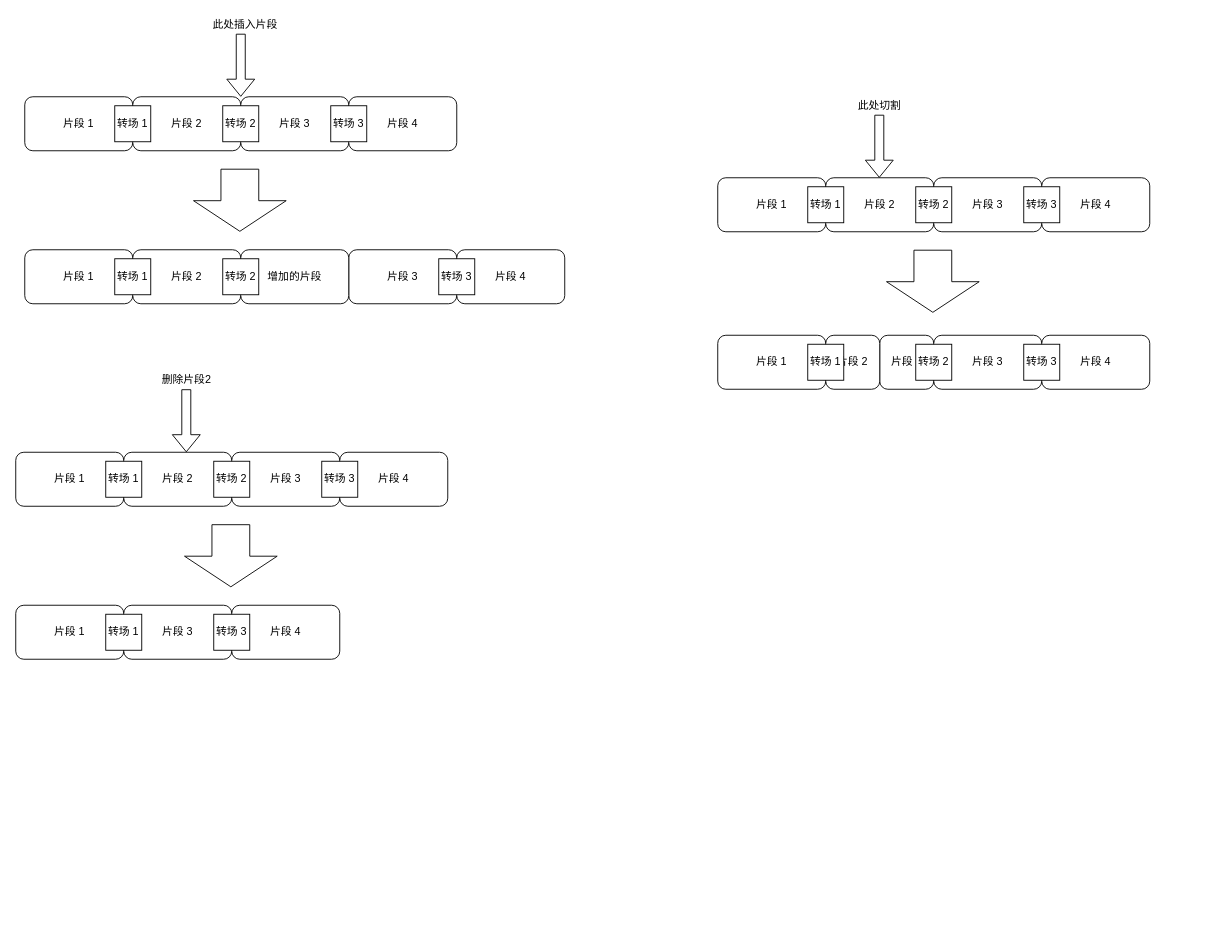
hssdx/666666 keeps this draw.io diagram as ADVETransition.drawio. Above is the earlier version. Source tidied: cells renumbered, new cells numbered last; positions are measured from the earlier drawing's top-left corner, leaving out a move shared by most shapes. Both pictures are drawn from the tidied source at 90%, with x=0, y=0 at pixel (15, 15).
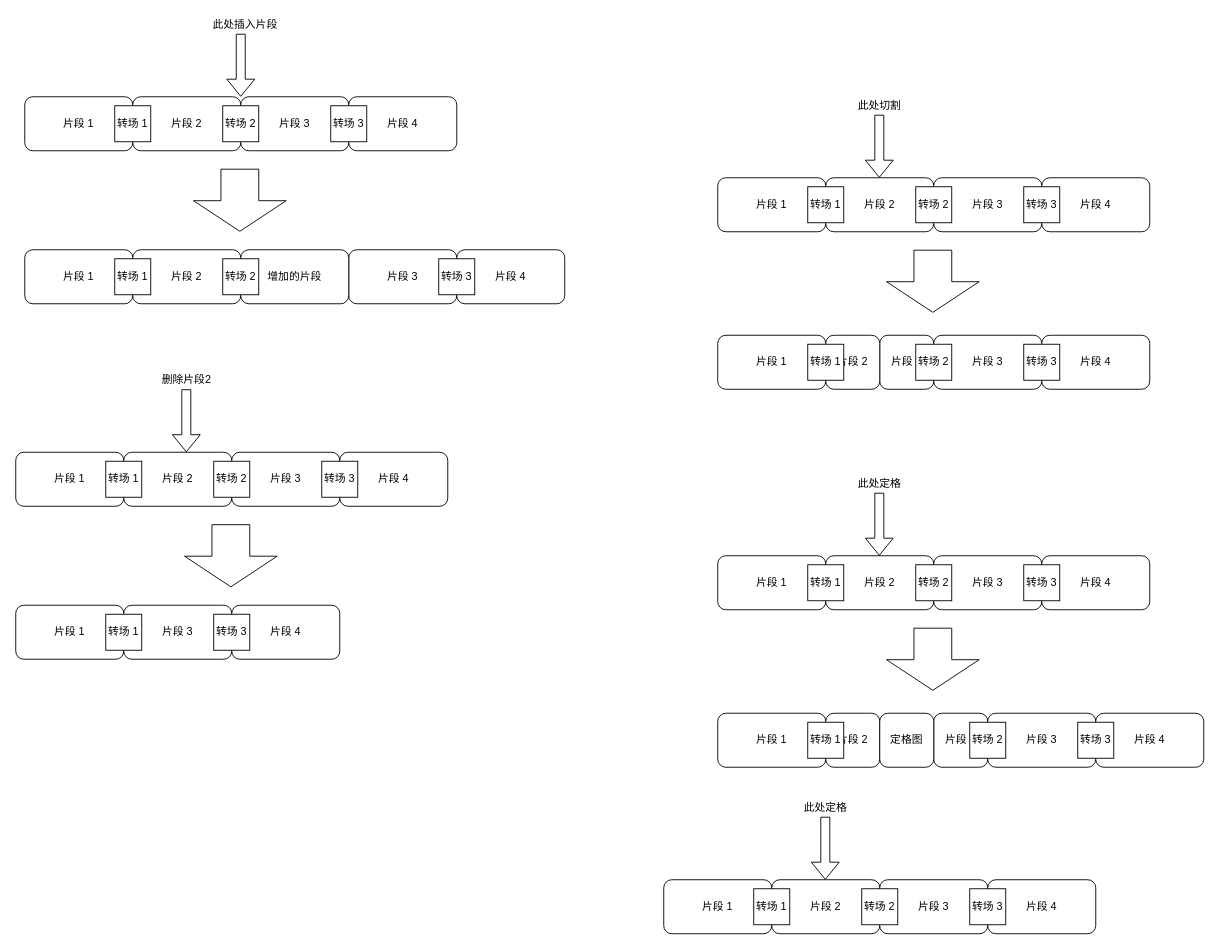
Above is the later version.

The edit, as a diff of the source:
```diff
@@
+    <mxCell id="53" value="片段 2" style="rounded=1;whiteSpace=wrap;html=1;" parent="1" vertex="1">
+      <mxGeometry x="1020" y="775" width="60" height="60" as="geometry" />
+    </mxCell>
+    <mxCell id="54" value="片段 1" style="rounded=1;whiteSpace=wrap;html=1;" parent="1" vertex="1">
+      <mxGeometry x="780" y="600" width="120" height="60" as="geometry" />
+    </mxCell>
+    <mxCell id="55" value="片段 2" style="rounded=1;whiteSpace=wrap;html=1;" parent="1" vertex="1">
+      <mxGeometry x="900" y="600" width="120" height="60" as="geometry" />
+    </mxCell>
+    <mxCell id="56" value="片段 3" style="rounded=1;whiteSpace=wrap;html=1;" parent="1" vertex="1">
+      <mxGeometry x="1020" y="600" width="120" height="60" as="geometry" />
+    </mxCell>
+    <mxCell id="57" value="片段 4" style="rounded=1;whiteSpace=wrap;html=1;" parent="1" vertex="1">
+      <mxGeometry x="1140" y="600" width="120" height="60" as="geometry" />
+    </mxCell>
+    <mxCell id="58" value="转场 1" style="rounded=0;whiteSpace=wrap;html=1;" parent="1" vertex="1">
+      <mxGeometry x="880" y="610" width="40" height="40" as="geometry" />
+    </mxCell>
+    <mxCell id="59" value="转场 2" style="rounded=0;whiteSpace=wrap;html=1;" parent="1" vertex="1">
+      <mxGeometry x="1000" y="610" width="40" height="40" as="geometry" />
+    </mxCell>
+    <mxCell id="60" value="转场 3" style="rounded=0;whiteSpace=wrap;html=1;" parent="1" vertex="1">
+      <mxGeometry x="1120" y="610" width="40" height="40" as="geometry" />
+    </mxCell>
+    <mxCell id="61" style="shape=flexArrow;endArrow=classic;html=1;" parent="1" edge="1">
+      <mxGeometry relative="1" as="geometry">
+        <mxPoint x="959.5" y="530" as="sourcePoint" />
+        <mxPoint x="959.5" y="600" as="targetPoint" />
+      </mxGeometry>
+    </mxCell>
+    <mxCell id="62" value="此处定格" style="text;html=1;strokeColor=none;fillColor=none;align=center;verticalAlign=middle;whiteSpace=wrap;rounded=0;" parent="1" vertex="1">
+      <mxGeometry x="915" y="510" width="90" height="20" as="geometry" />
+    </mxCell>
+    <mxCell id="63" style="shape=flexArrow;endArrow=classic;html=1;endWidth=60;endSize=11;width=42;" parent="1" edge="1">
+      <mxGeometry relative="1" as="geometry">
+        <mxPoint x="1019" y="680" as="sourcePoint" />
+        <mxPoint x="1019" y="750" as="targetPoint" />
+      </mxGeometry>
+    </mxCell>
+    <mxCell id="64" value="片段 1" style="rounded=1;whiteSpace=wrap;html=1;" parent="1" vertex="1">
+      <mxGeometry x="780" y="775" width="120" height="60" as="geometry" />
+    </mxCell>
+    <mxCell id="65" value="片段 2" style="rounded=1;whiteSpace=wrap;html=1;" parent="1" vertex="1">
+      <mxGeometry x="900" y="775" width="60" height="60" as="geometry" />
+    </mxCell>
+    <mxCell id="66" value="片段 3" style="rounded=1;whiteSpace=wrap;html=1;" parent="1" vertex="1">
+      <mxGeometry x="1080" y="775" width="120" height="60" as="geometry" />
+    </mxCell>
+    <mxCell id="67" value="片段 4" style="rounded=1;whiteSpace=wrap;html=1;" parent="1" vertex="1">
+      <mxGeometry x="1200" y="775" width="120" height="60" as="geometry" />
+    </mxCell>
+    <mxCell id="68" value="转场 1" style="rounded=0;whiteSpace=wrap;html=1;" parent="1" vertex="1">
+      <mxGeometry x="880" y="785" width="40" height="40" as="geometry" />
+    </mxCell>
+    <mxCell id="69" value="转场 2" style="rounded=0;whiteSpace=wrap;html=1;" parent="1" vertex="1">
+      <mxGeometry x="1060" y="785" width="40" height="40" as="geometry" />
+    </mxCell>
+    <mxCell id="70" value="转场 3" style="rounded=0;whiteSpace=wrap;html=1;" parent="1" vertex="1">
+      <mxGeometry x="1180" y="785" width="40" height="40" as="geometry" />
+    </mxCell>
+    <mxCell id="71" value="定格图" style="rounded=1;whiteSpace=wrap;html=1;" parent="1" vertex="1">
+      <mxGeometry x="960" y="775" width="60" height="60" as="geometry" />
+    </mxCell>
+    <mxCell id="72" value="片段 1" style="rounded=1;whiteSpace=wrap;html=1;" parent="1" vertex="1">
+      <mxGeometry x="720" y="960" width="120" height="60" as="geometry" />
+    </mxCell>
+    <mxCell id="73" value="片段 2" style="rounded=1;whiteSpace=wrap;html=1;" parent="1" vertex="1">
+      <mxGeometry x="840" y="960" width="120" height="60" as="geometry" />
+    </mxCell>
+    <mxCell id="74" value="片段 3" style="rounded=1;whiteSpace=wrap;html=1;" parent="1" vertex="1">
+      <mxGeometry x="960" y="960" width="120" height="60" as="geometry" />
+    </mxCell>
+    <mxCell id="75" value="片段 4" style="rounded=1;whiteSpace=wrap;html=1;" parent="1" vertex="1">
+      <mxGeometry x="1080" y="960" width="120" height="60" as="geometry" />
+    </mxCell>
+    <mxCell id="76" value="转场 1" style="rounded=0;whiteSpace=wrap;html=1;" parent="1" vertex="1">
+      <mxGeometry x="820" y="970" width="40" height="40" as="geometry" />
+    </mxCell>
+    <mxCell id="77" value="转场 2" style="rounded=0;whiteSpace=wrap;html=1;" parent="1" vertex="1">
+      <mxGeometry x="940" y="970" width="40" height="40" as="geometry" />
+    </mxCell>
+    <mxCell id="78" value="转场 3" style="rounded=0;whiteSpace=wrap;html=1;" parent="1" vertex="1">
+      <mxGeometry x="1060" y="970" width="40" height="40" as="geometry" />
+    </mxCell>
+    <mxCell id="79" style="shape=flexArrow;endArrow=classic;html=1;" parent="1" edge="1">
+      <mxGeometry relative="1" as="geometry">
+        <mxPoint x="899.5" y="890" as="sourcePoint" />
+        <mxPoint x="899.5" y="960" as="targetPoint" />
+      </mxGeometry>
+    </mxCell>
+    <mxCell id="80" value="此处定格" style="text;html=1;strokeColor=none;fillColor=none;align=center;verticalAlign=middle;whiteSpace=wrap;rounded=0;" parent="1" vertex="1">
+      <mxGeometry x="855" y="870" width="90" height="20" as="geometry" />
+    </mxCell>
```
